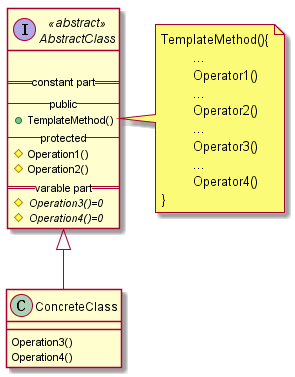
This is Template Method/TemplateMethod.png from GhostRiderLi/Cpp-Design-Patterns, a PlantUML export, as it was before one commit. The source it was exported from:
```plantuml
@startuml

interface AbstractClass <<abstract>>{

== constant part ==
-- public --
	+ TemplateMethod()
-- protected --
	# Operation1()
	# Operation2()
== varable part ==
	{abstract} # Operation3()=0
	{abstract} # Operation4()=0
}
note right of AbstractClass
TemplateMethod(){
	...
	Operator1()
	...
	Operator2()
	...
	Operator3()
	...
	Operator4()
}
end note

class ConcreteClass{
	Operation3()
	Operation4()
}

AbstractClass <|-- ConcreteClass

@enduml
```
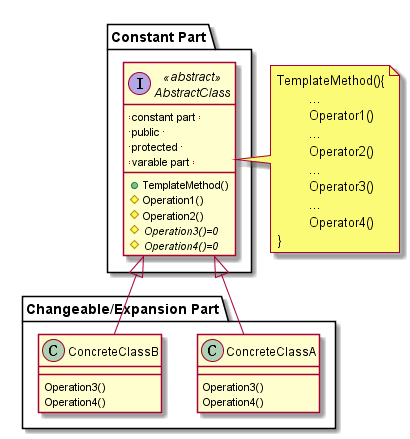
The same diagram one commit later.

What changed in the source:
```diff
@@ -1,17 +1,20 @@
 @startuml
 
-interface AbstractClass <<abstract>>{
+package "Constant Part"{
+	interface AbstractClass <<abstract>>{
 
-== constant part ==
--- public --
-	+ TemplateMethod()
--- protected --
-	# Operation1()
-	# Operation2()
-== varable part ==
-	{abstract} # Operation3()=0
-	{abstract} # Operation4()=0
+		== constant part ==
+		-- public --
+			+ TemplateMethod()
+		-- protected --
+			# Operation1()
+			# Operation2()
+		== varable part ==
+			{abstract} # Operation3()=0
+			{abstract} # Operation4()=0
+	}
 }
+
 note right of AbstractClass
 TemplateMethod(){
 	...
@@ -25,11 +28,17 @@
 }
 end note
 
-class ConcreteClass{
-	Operation3()
-	Operation4()
+package "Changeable/Expansion Part"{
+	class ConcreteClassA{
+		Operation3()
+		Operation4()
+	}
+	class ConcreteClassB{
+		Operation3()
+		Operation4()
+	}
 }
 
-AbstractClass <|-- ConcreteClass
-
+AbstractClass <|-- ConcreteClassA
+AbstractClass <|-- ConcreteClassB
 @enduml
```
